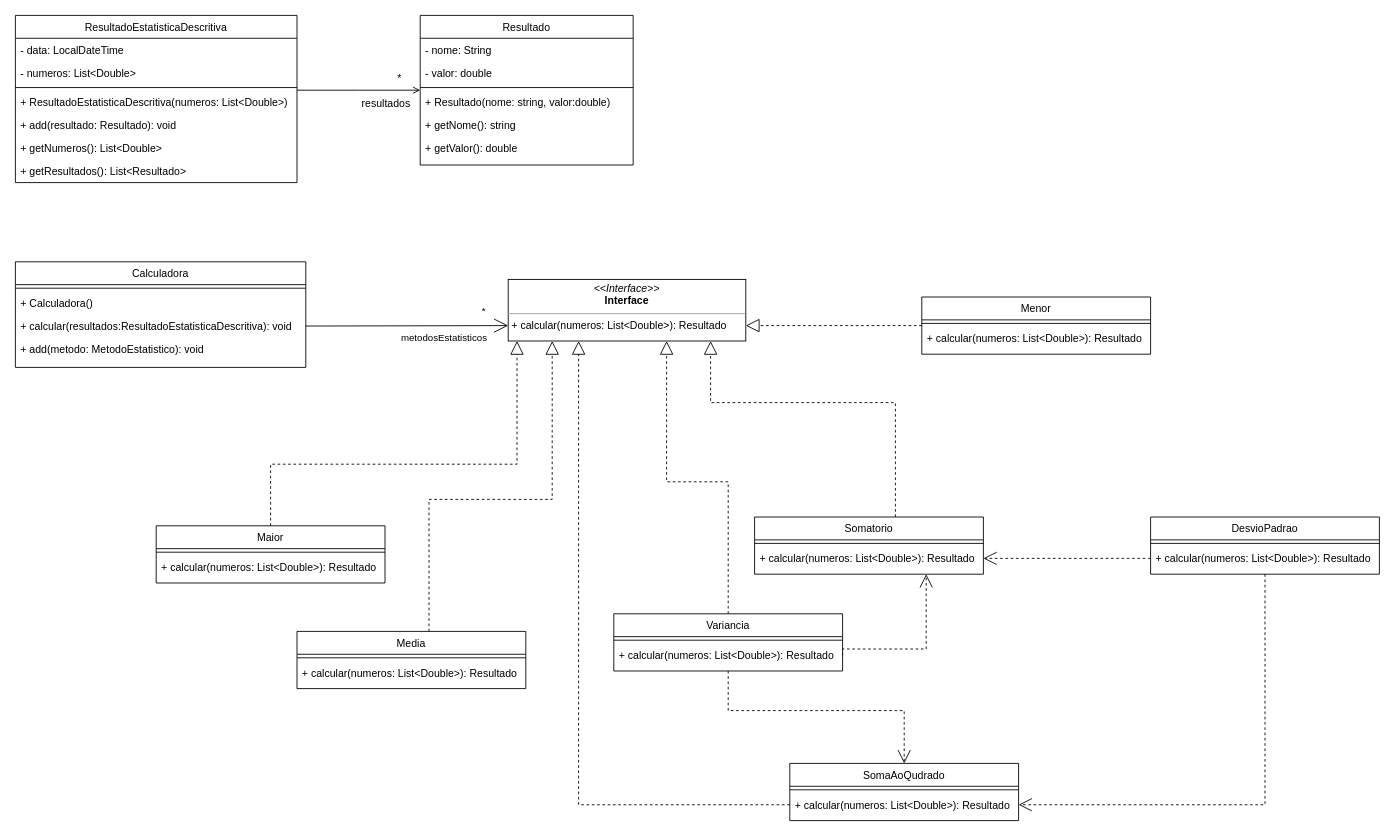
eloy-freitas/projeto_de_sistemas_de_software keeps this draw.io diagram as CalculadoraEstatistica/docs/CalculadoreEstatistica.drawio. Above is the earlier version. Source tidied: cells renumbered, new cells numbered last; positions are measured from the earlier drawing's top-left corner, leaving out a move shared by most shapes. Both pictures are drawn from the tidied source at 88%, with x=0, y=0 at pixel (15, 15).
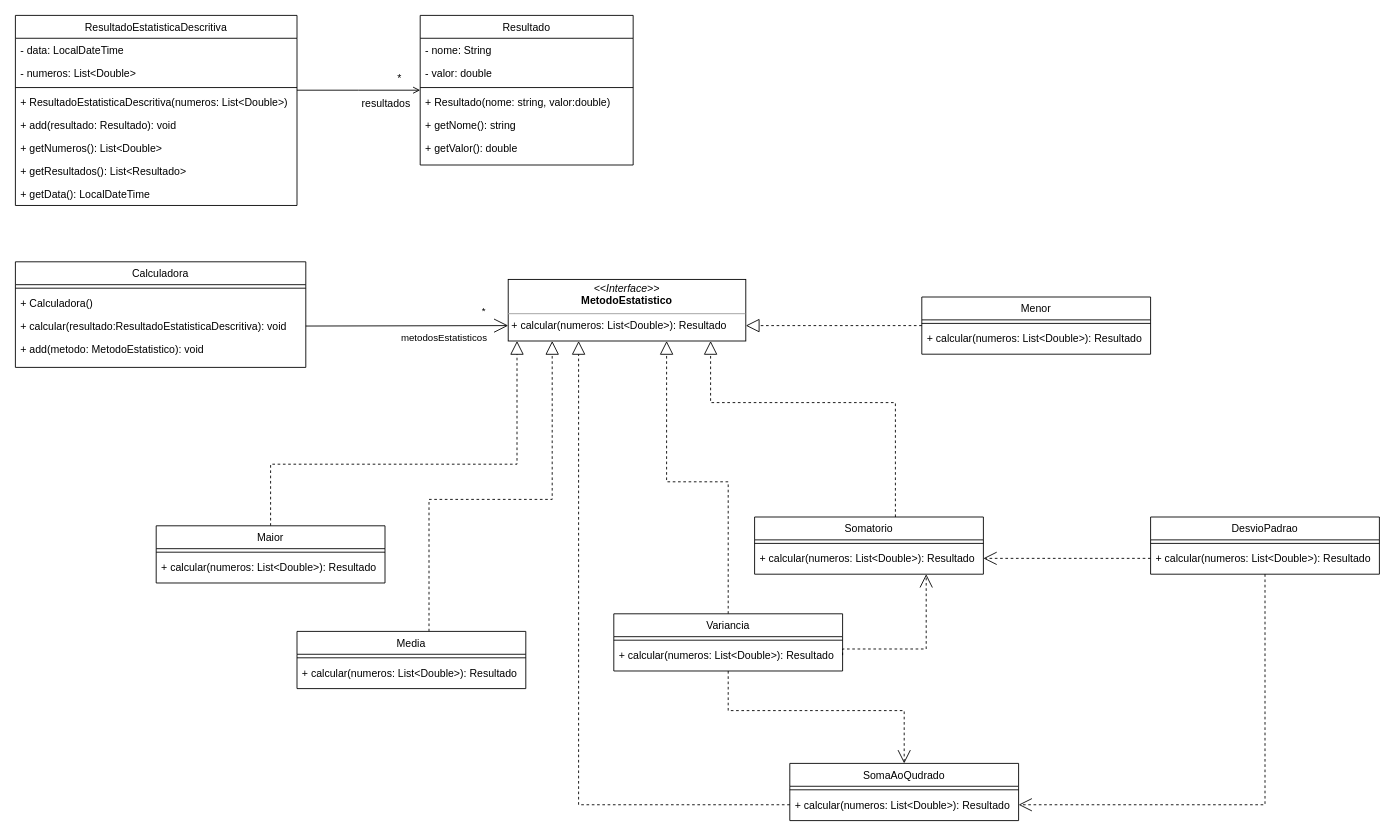
The same page after the edit.

The change refers to these unchanged cells:
```xml
<mxCell id="20" value="Calculadora" style="swimlane;fontStyle=0;align=center;verticalAlign=top;horizontal=1;startSize=26;rounded=0;shadow=0;strokeWidth=1;" parent="1" vertex="1">
  <mxGeometry y="280" width="330" height="120" as="geometry" />
</mxCell>
```

Diff of the diagram source:
```diff
@@
     <mxCell id="2" value="ResultadoEstatisticaDescritiva" style="swimlane;fontStyle=0;align=center;verticalAlign=top;horizontal=1;startSize=26;rounded=0;shadow=0;strokeWidth=1;" parent="1" vertex="1">
-      <mxGeometry width="320" height="190" as="geometry" />
+      <mxGeometry width="320" height="216" as="geometry" />
     </mxCell>
@@
+    <mxCell id="60" value="+ getData(): LocalDateTime" style="text;align=left;verticalAlign=top;spacingLeft=4;spacingRight=4;overflow=hidden;" parent="2" vertex="1">
+      <mxGeometry y="190" width="320" height="26" as="geometry" />
+    </mxCell>
@@
-    <mxCell id="23" value="+ calcular(resultados:ResultadoEstatisticaDescritiva): void" style="text;align=left;verticalAlign=top;spacingLeft=4;spacingRight=4;overflow=hidden;points=[[0,0.5],[1,0.5]];portConstraint=eastwest;" parent="20" vertex="1">
+    <mxCell id="23" value="+ calcular(resultado:ResultadoEstatisticaDescritiva): void" style="text;align=left;verticalAlign=top;spacingLeft=4;spacingRight=4;overflow=hidden;points=[[0,0.5],[1,0.5]];portConstraint=eastwest;" parent="20" vertex="1">
       <mxGeometry y="60" width="330" height="26" as="geometry" />
     </mxCell>
@@
-    <mxCell id="25" value="&lt;p style=&quot;margin:0px;margin-top:4px;text-align:center;&quot;&gt;&lt;i&gt;&amp;lt;&amp;lt;Interface&amp;gt;&amp;gt;&lt;/i&gt;&lt;br&gt;&lt;b&gt;Interface&lt;/b&gt;&lt;/p&gt;&lt;hr size=&quot;1&quot;&gt;&lt;p style=&quot;margin:0px;margin-left:4px;&quot;&gt;&lt;/p&gt;&lt;p style=&quot;margin:0px;margin-left:4px;&quot;&gt;+ calcular(numeros: List&amp;lt;Double&amp;gt;): Resultado&lt;br&gt;&lt;/p&gt;" style="verticalAlign=top;align=left;overflow=fill;fontSize=12;fontFamily=Helvetica;html=1;" parent="1" vertex="1">
+    <mxCell id="25" value="&lt;p style=&quot;margin:0px;margin-top:4px;text-align:center;&quot;&gt;&lt;i&gt;&amp;lt;&amp;lt;Interface&amp;gt;&amp;gt;&lt;/i&gt;&lt;br&gt;&lt;b&gt;MetodoEstatistico&lt;/b&gt;&lt;/p&gt;&lt;hr size=&quot;1&quot;&gt;&lt;p style=&quot;margin:0px;margin-left:4px;&quot;&gt;&lt;/p&gt;&lt;p style=&quot;margin:0px;margin-left:4px;&quot;&gt;+ calcular(numeros: List&amp;lt;Double&amp;gt;): Resultado&lt;br&gt;&lt;/p&gt;" style="verticalAlign=top;align=left;overflow=fill;fontSize=12;fontFamily=Helvetica;html=1;" parent="1" vertex="1">
       <mxGeometry x="560" y="300" width="270" height="70" as="geometry" />
     </mxCell>
```
